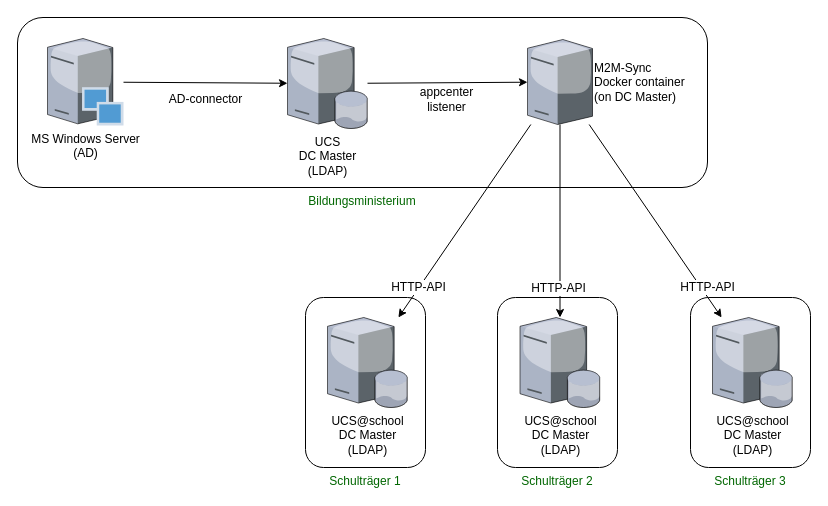
Earlier version of the draw.io diagram src/static/M2M-Sync_overview.drawio (univention/ucsschool-id-connector). Source tidied: cells renumbered, new cells numbered last; positions are measured from the earlier drawing's top-left corner, leaving out a move shared by most shapes. Both pictures are drawn from the tidied source at 100%, with x=0, y=0 at pixel (17, 17).
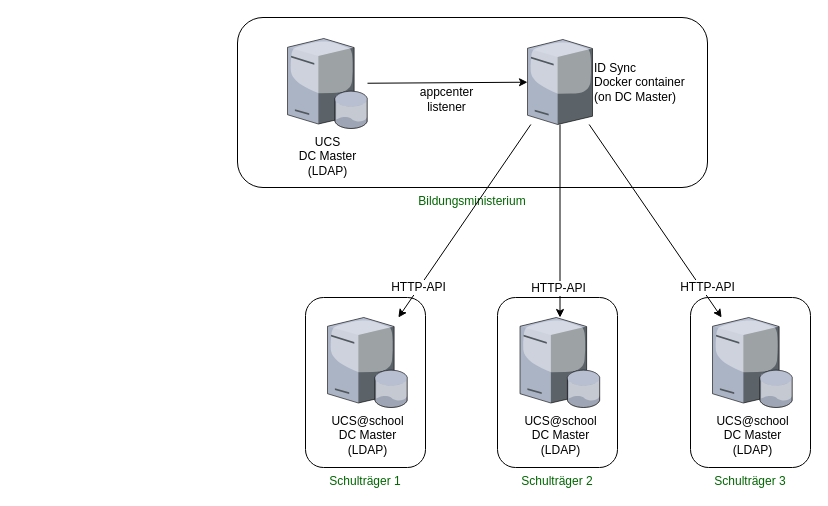
The same diagram, later.

Unchanged cells that the change refers to:
```xml
<mxCell id="9" value="UCS&lt;br&gt;DC Master&lt;br&gt;(LDAP)" style="verticalLabelPosition=bottom;html=1;verticalAlign=top;strokeColor=none;align=center;outlineConnect=0;shape=mxgraph.citrix.database_server;" parent="1" vertex="1">
  <mxGeometry x="270" y="21" width="80" height="90" as="geometry" />
</mxCell>
```

Diff of the diagram source:
```diff
@@
     <mxCell id="2" value="&lt;font color=&quot;#006600&quot;&gt;Bildungsministerium&lt;/font&gt;" style="rounded=1;whiteSpace=wrap;html=1;labelPosition=center;verticalLabelPosition=bottom;align=center;verticalAlign=top;" parent="1" vertex="1">
-      <mxGeometry width="690" height="170" as="geometry" />
+      <mxGeometry x="220" width="470" height="170" as="geometry" />
     </mxCell>
@@
-    <mxCell id="6" value="MS Windows Server&lt;br&gt;(AD)" style="verticalLabelPosition=bottom;html=1;verticalAlign=top;strokeColor=none;align=center;outlineConnect=0;shape=mxgraph.citrix.provisioning_server;" parent="1" vertex="1">
-      <mxGeometry x="30" y="21" width="76" height="87" as="geometry" />
-    </mxCell>
-    <mxCell id="7" style="endArrow=classic;html=1;" parent="1" edge="1" source="6" target="9">
-      <mxGeometry relative="1" as="geometry" />
-    </mxCell>
-    <mxCell id="8" value="AD-connector" style="text;html=1;align=center;verticalAlign=middle;labelBackgroundColor=#ffffff;" parent="7" vertex="1">
-      <mxGeometry x="0.34" relative="1" as="geometry">
-        <mxPoint x="-28" y="16" as="offset" />
-      </mxGeometry>
-    </mxCell>
@@
-    <mxCell id="10" value="M2M-Sync&lt;br&gt;Docker container&lt;br&gt;(on DC Master)" style="verticalLabelPosition=middle;html=1;verticalAlign=middle;strokeColor=none;align=left;outlineConnect=0;shape=mxgraph.citrix.tower_server;labelPosition=right;spacingRight=0;" parent="1" vertex="1">
+    <mxCell id="10" value="ID Sync&lt;br&gt;Docker container&lt;br&gt;(on DC Master)" style="verticalLabelPosition=middle;html=1;verticalAlign=middle;strokeColor=none;align=left;outlineConnect=0;shape=mxgraph.citrix.tower_server;labelPosition=right;spacingRight=0;" parent="1" vertex="1">
       <mxGeometry x="510" y="22" width="65" height="85" as="geometry" />
     </mxCell>
```
